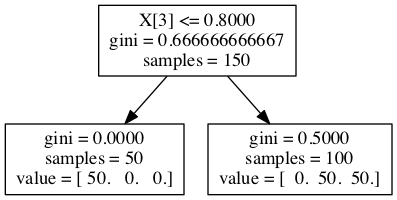
Earlier version of the Graphviz export iris_simple.png (brianspiering/decision_tree_intro). Its source is kept beside it as iris_simple.dot. Source of this version:
```dot
digraph Tree {
0 [label="X[3] <= 0.8000\ngini = 0.666666666667\nsamples = 150", shape="box"] ;
1 [label="gini = 0.0000\nsamples = 50\nvalue = [ 50.   0.   0.]", shape="box"] ;
0 -> 1 ;
2 [label="gini = 0.5000\nsamples = 100\nvalue = [  0.  50.  50.]", shape="box"] ;
0 -> 2 ;
}
```
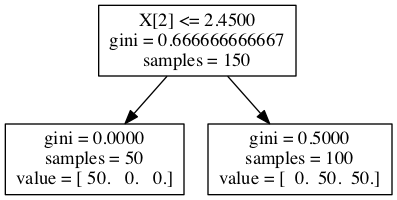
Later version of the same file.

Change to the diagram source:
```diff
@@ -1,5 +1,5 @@
 digraph Tree {
-0 [label="X[3] <= 0.8000\ngini = 0.666666666667\nsamples = 150", shape="box"] ;
+0 [label="X[2] <= 2.4500\ngini = 0.666666666667\nsamples = 150", shape="box"] ;
 1 [label="gini = 0.0000\nsamples = 50\nvalue = [ 50.   0.   0.]", shape="box"] ;
 0 -> 1 ;
 2 [label="gini = 0.5000\nsamples = 100\nvalue = [  0.  50.  50.]", shape="box"] ;
```
